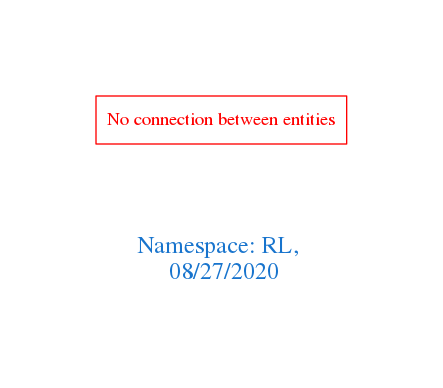
Before: downloads/RL.png, a diagram exported from Graphviz (arago/OGIT). Its source is kept beside it as downloads/RL.dot.
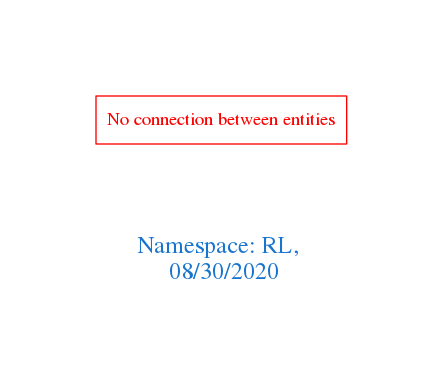
After the change.

Diff of the diagram source:
```diff
@@ -1,7 +1,7 @@
 digraph OGIT_ontology {
  graph [ rankdir= LR,pad=1
 fontsize = 18,
-fontcolor= dodgerblue3,label = "\n\n\nNamespace: RL, \n 08/27/2020"];
+fontcolor= dodgerblue3,label = "\n\n\nNamespace: RL, \n 08/30/2020"];
 node[shape=polygon];
 edge [  color="gray81"];
 
```
